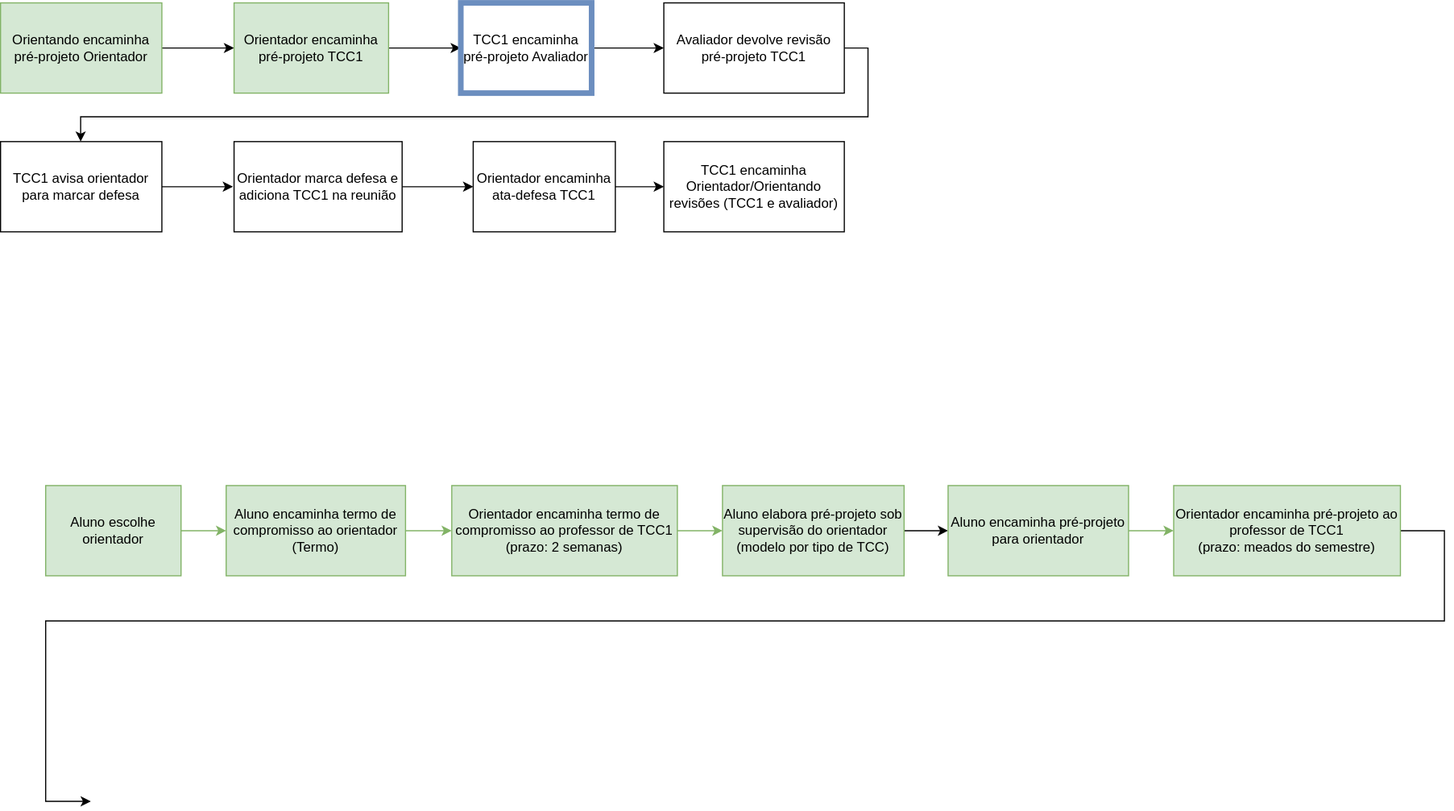
This is cronogramaBCCbanca.drawio.svg from dalton-reis/disciplina_TCC1_Privado, a draw.io export, as it was before one commit. Source tidied: cells renumbered, new cells last; positions are measured from the earlier drawing's top-left corner, leaving out a move shared by most shapes. The source it was exported from:
```xml
<mxGraphModel background="#ffffff">
  <root>
    <mxCell id="0" />
    <mxCell id="1" parent="0" />
    <mxCell id="2" style="edgeStyle=orthogonalEdgeStyle;rounded=0;jettySize=auto;html=1;fillColor=#d5e8d4;strokeColor=#82b366;" parent="1" edge="1" source="3" target="5">
      <mxGeometry relative="1" as="geometry" />
    </mxCell>
    <mxCell id="3" value="Aluno escolhe orientador" style="whiteSpace=wrap;html=1;fillColor=#d5e8d4;strokeColor=#82b366;" parent="1" vertex="1">
      <mxGeometry x="40" y="428" width="120" height="80" as="geometry" />
    </mxCell>
    <mxCell id="4" style="edgeStyle=orthogonalEdgeStyle;rounded=0;jettySize=auto;html=1;fillColor=#d5e8d4;strokeColor=#82b366;" parent="1" edge="1" source="5" target="7">
      <mxGeometry relative="1" as="geometry" />
    </mxCell>
    <mxCell id="5" value="Aluno encaminha termo de compromisso ao orientador&lt;br&gt;(Termo)" style="whiteSpace=wrap;html=1;fillColor=#d5e8d4;strokeColor=#82b366;" parent="1" vertex="1">
      <mxGeometry x="200" y="428" width="159" height="80" as="geometry" />
    </mxCell>
    <mxCell id="6" style="edgeStyle=orthogonalEdgeStyle;rounded=0;jettySize=auto;html=1;fillColor=#d5e8d4;strokeColor=#82b366;" parent="1" edge="1" source="7" target="9">
      <mxGeometry relative="1" as="geometry" />
    </mxCell>
    <mxCell id="7" value="Orientador encaminha termo de compromisso ao professor de TCC1&lt;br&gt;(prazo: 2 semanas)" style="whiteSpace=wrap;html=1;fillColor=#d5e8d4;strokeColor=#82b366;" parent="1" vertex="1">
      <mxGeometry x="400" y="428" width="200" height="80" as="geometry" />
    </mxCell>
    <mxCell id="8" style="edgeStyle=orthogonalEdgeStyle;rounded=0;jettySize=auto;html=1;" parent="1" edge="1" source="9" target="11">
      <mxGeometry relative="1" as="geometry" />
    </mxCell>
    <mxCell id="9" value="Aluno elabora pré-projeto sob supervisão do orientador&lt;br&gt;(modelo por tipo de TCC)" style="whiteSpace=wrap;html=1;fillColor=#d5e8d4;strokeColor=#82b366;" parent="1" vertex="1">
      <mxGeometry x="640" y="428" width="161" height="80" as="geometry" />
    </mxCell>
    <mxCell id="10" style="edgeStyle=orthogonalEdgeStyle;rounded=0;jettySize=auto;html=1;fillColor=#d5e8d4;strokeColor=#82b366;" parent="1" edge="1" source="11" target="13">
      <mxGeometry relative="1" as="geometry" />
    </mxCell>
    <mxCell id="11" value="Aluno encaminha pré-projeto para orientador" style="whiteSpace=wrap;html=1;fillColor=#d5e8d4;strokeColor=#82b366;" parent="1" vertex="1">
      <mxGeometry x="840" y="428" width="160" height="80" as="geometry" />
    </mxCell>
    <mxCell id="12" style="edgeStyle=orthogonalEdgeStyle;rounded=0;jettySize=auto;html=1;" parent="1" edge="1" source="13">
      <mxGeometry relative="1" as="geometry">
        <mxPoint x="80" y="708" as="targetPoint" />
        <Array as="points">
          <mxPoint x="1280" y="468" />
          <mxPoint x="1280" y="548" />
          <mxPoint x="40" y="548" />
          <mxPoint x="40" y="708" />
        </Array>
      </mxGeometry>
    </mxCell>
    <mxCell id="13" value="Orientador encaminha pré-projeto ao professor de TCC1&lt;br&gt;(prazo: meados do semestre)" style="whiteSpace=wrap;html=1;fillColor=#d5e8d4;strokeColor=#82b366;" parent="1" vertex="1">
      <mxGeometry x="1040" y="428" width="201" height="80" as="geometry" />
    </mxCell>
    <mxCell id="14" style="edgeStyle=orthogonalEdgeStyle;rounded=0;jettySize=auto;html=1;exitX=1;exitY=0.5;exitDx=0;exitDy=0;" parent="1" edge="1" source="23" target="18">
      <mxGeometry relative="1" as="geometry" />
    </mxCell>
    <mxCell id="15" style="edgeStyle=orthogonalEdgeStyle;rounded=0;jettySize=auto;html=1;" parent="1" edge="1" source="16" target="23">
      <mxGeometry relative="1" as="geometry" />
    </mxCell>
    <mxCell id="16" value="Orientando encaminha pré-projeto Orientador" style="whiteSpace=wrap;html=1;fillColor=#d5e8d4;strokeColor=#82b366;" parent="1" vertex="1">
      <mxGeometry width="143" height="80" as="geometry" />
    </mxCell>
    <mxCell id="17" style="edgeStyle=orthogonalEdgeStyle;rounded=0;jettySize=auto;html=1;" parent="1" edge="1" source="18" target="20">
      <mxGeometry relative="1" as="geometry" />
    </mxCell>
    <mxCell id="18" value="TCC1 encaminha pré-projeto Avaliador" style="whiteSpace=wrap;html=1;strokeColor=#6c8ebf;fillColor=none;strokeWidth=5;" parent="1" vertex="1">
      <mxGeometry x="408" width="116" height="80" as="geometry" />
    </mxCell>
    <mxCell id="19" style="edgeStyle=orthogonalEdgeStyle;rounded=0;jettySize=auto;html=1;exitX=1;exitY=0.5;exitDx=0;exitDy=0;" parent="1" edge="1" source="20" target="22">
      <mxGeometry relative="1" as="geometry">
        <Array as="points">
          <mxPoint x="769" y="40" />
          <mxPoint x="769" y="101" />
          <mxPoint x="71" y="101" />
        </Array>
      </mxGeometry>
    </mxCell>
    <mxCell id="20" value="Avaliador devolve revisão pré-projeto TCC1" style="whiteSpace=wrap;html=1;" parent="1" vertex="1">
      <mxGeometry x="588" width="160" height="80" as="geometry" />
    </mxCell>
    <mxCell id="21" style="edgeStyle=orthogonalEdgeStyle;rounded=0;jettySize=auto;html=1;exitX=1;exitY=0.5;exitDx=0;exitDy=0;" parent="1" edge="1" source="22">
      <mxGeometry relative="1" as="geometry">
        <mxPoint x="206" y="163" as="targetPoint" />
        <Array as="points">
          <mxPoint x="180" y="163" />
          <mxPoint x="180" y="163" />
        </Array>
      </mxGeometry>
    </mxCell>
    <mxCell id="22" value="TCC1 avisa orientador para marcar defesa" style="whiteSpace=wrap;html=1;" parent="1" vertex="1">
      <mxGeometry y="123" width="143" height="80" as="geometry" />
    </mxCell>
    <mxCell id="23" value="Orientador encaminha pré-projeto TCC1" style="whiteSpace=wrap;html=1;fillColor=#d5e8d4;strokeColor=#82b366;" parent="1" vertex="1">
      <mxGeometry x="207" width="137" height="80" as="geometry" />
    </mxCell>
    <mxCell id="24" style="edgeStyle=orthogonalEdgeStyle;rounded=0;jettySize=auto;html=1;" parent="1" edge="1" source="25" target="27">
      <mxGeometry relative="1" as="geometry" />
    </mxCell>
    <mxCell id="25" value="Orientador marca defesa e adiciona TCC1 na reunião" style="whiteSpace=wrap;html=1;" parent="1" vertex="1">
      <mxGeometry x="207" y="123" width="149" height="80" as="geometry" />
    </mxCell>
    <mxCell id="26" style="edgeStyle=orthogonalEdgeStyle;rounded=0;jettySize=auto;html=1;" parent="1" edge="1" source="27" target="28">
      <mxGeometry relative="1" as="geometry" />
    </mxCell>
    <mxCell id="27" value="Orientador encaminha ata-defesa TCC1" style="whiteSpace=wrap;html=1;" parent="1" vertex="1">
      <mxGeometry x="419" y="123" width="126" height="80" as="geometry" />
    </mxCell>
    <mxCell id="28" value="TCC1 encaminha Orientador/Orientando revisões (TCC1 e avaliador)" style="whiteSpace=wrap;html=1;" parent="1" vertex="1">
      <mxGeometry x="588" y="123" width="160" height="80" as="geometry" />
    </mxCell>
  </root>
</mxGraphModel>
```
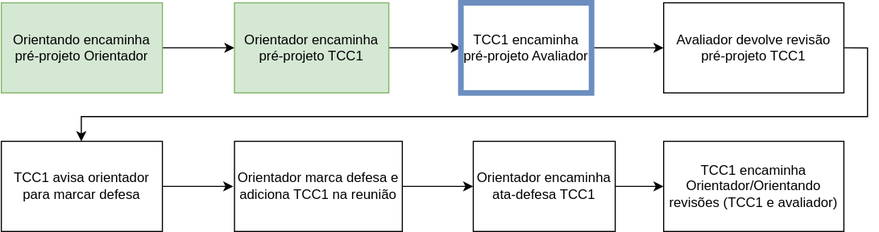
After the commit.

What changed in the source:
```diff
@@ -2,50 +2,6 @@
   <root>
     <mxCell id="0" />
     <mxCell id="1" parent="0" />
-    <mxCell id="2" style="edgeStyle=orthogonalEdgeStyle;rounded=0;jettySize=auto;html=1;fillColor=#d5e8d4;strokeColor=#82b366;" parent="1" edge="1" source="3" target="5">
-      <mxGeometry relative="1" as="geometry" />
-    </mxCell>
-    <mxCell id="3" value="Aluno escolhe orientador" style="whiteSpace=wrap;html=1;fillColor=#d5e8d4;strokeColor=#82b366;" parent="1" vertex="1">
-      <mxGeometry x="40" y="428" width="120" height="80" as="geometry" />
-    </mxCell>
-    <mxCell id="4" style="edgeStyle=orthogonalEdgeStyle;rounded=0;jettySize=auto;html=1;fillColor=#d5e8d4;strokeColor=#82b366;" parent="1" edge="1" source="5" target="7">
-      <mxGeometry relative="1" as="geometry" />
-    </mxCell>
-    <mxCell id="5" value="Aluno encaminha termo de compromisso ao orientador&lt;br&gt;(Termo)" style="whiteSpace=wrap;html=1;fillColor=#d5e8d4;strokeColor=#82b366;" parent="1" vertex="1">
-      <mxGeometry x="200" y="428" width="159" height="80" as="geometry" />
-    </mxCell>
-    <mxCell id="6" style="edgeStyle=orthogonalEdgeStyle;rounded=0;jettySize=auto;html=1;fillColor=#d5e8d4;strokeColor=#82b366;" parent="1" edge="1" source="7" target="9">
-      <mxGeometry relative="1" as="geometry" />
-    </mxCell>
-    <mxCell id="7" value="Orientador encaminha termo de compromisso ao professor de TCC1&lt;br&gt;(prazo: 2 semanas)" style="whiteSpace=wrap;html=1;fillColor=#d5e8d4;strokeColor=#82b366;" parent="1" vertex="1">
-      <mxGeometry x="400" y="428" width="200" height="80" as="geometry" />
-    </mxCell>
-    <mxCell id="8" style="edgeStyle=orthogonalEdgeStyle;rounded=0;jettySize=auto;html=1;" parent="1" edge="1" source="9" target="11">
-      <mxGeometry relative="1" as="geometry" />
-    </mxCell>
-    <mxCell id="9" value="Aluno elabora pré-projeto sob supervisão do orientador&lt;br&gt;(modelo por tipo de TCC)" style="whiteSpace=wrap;html=1;fillColor=#d5e8d4;strokeColor=#82b366;" parent="1" vertex="1">
-      <mxGeometry x="640" y="428" width="161" height="80" as="geometry" />
-    </mxCell>
-    <mxCell id="10" style="edgeStyle=orthogonalEdgeStyle;rounded=0;jettySize=auto;html=1;fillColor=#d5e8d4;strokeColor=#82b366;" parent="1" edge="1" source="11" target="13">
-      <mxGeometry relative="1" as="geometry" />
-    </mxCell>
-    <mxCell id="11" value="Aluno encaminha pré-projeto para orientador" style="whiteSpace=wrap;html=1;fillColor=#d5e8d4;strokeColor=#82b366;" parent="1" vertex="1">
-      <mxGeometry x="840" y="428" width="160" height="80" as="geometry" />
-    </mxCell>
-    <mxCell id="12" style="edgeStyle=orthogonalEdgeStyle;rounded=0;jettySize=auto;html=1;" parent="1" edge="1" source="13">
-      <mxGeometry relative="1" as="geometry">
-        <mxPoint x="80" y="708" as="targetPoint" />
-        <Array as="points">
-          <mxPoint x="1280" y="468" />
-          <mxPoint x="1280" y="548" />
-          <mxPoint x="40" y="548" />
-          <mxPoint x="40" y="708" />
-        </Array>
-      </mxGeometry>
-    </mxCell>
-    <mxCell id="13" value="Orientador encaminha pré-projeto ao professor de TCC1&lt;br&gt;(prazo: meados do semestre)" style="whiteSpace=wrap;html=1;fillColor=#d5e8d4;strokeColor=#82b366;" parent="1" vertex="1">
-      <mxGeometry x="1040" y="428" width="201" height="80" as="geometry" />
-    </mxCell>
     <mxCell id="14" style="edgeStyle=orthogonalEdgeStyle;rounded=0;jettySize=auto;html=1;exitX=1;exitY=0.5;exitDx=0;exitDy=0;" parent="1" edge="1" source="23" target="18">
       <mxGeometry relative="1" as="geometry" />
     </mxCell>
```
